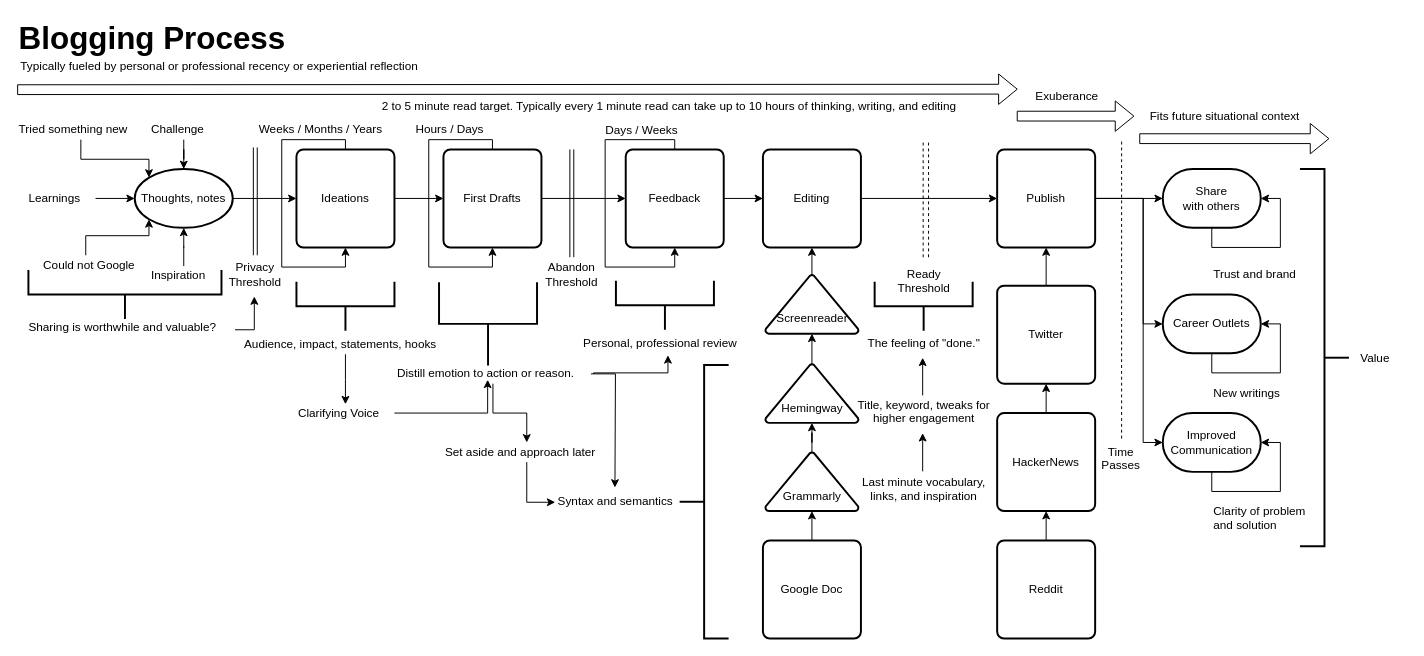
Before: mentoring/diagrams/blogging-process.drawio in solidi/learning-notes, a draw.io diagram. Source tidied: cells renumbered, new cells numbered last; positions are measured from the earlier drawing's top-left corner, leaving out a move shared by most shapes. Both pictures are drawn from the tidied source at 98%, with x=0, y=0 at pixel (17, 17).
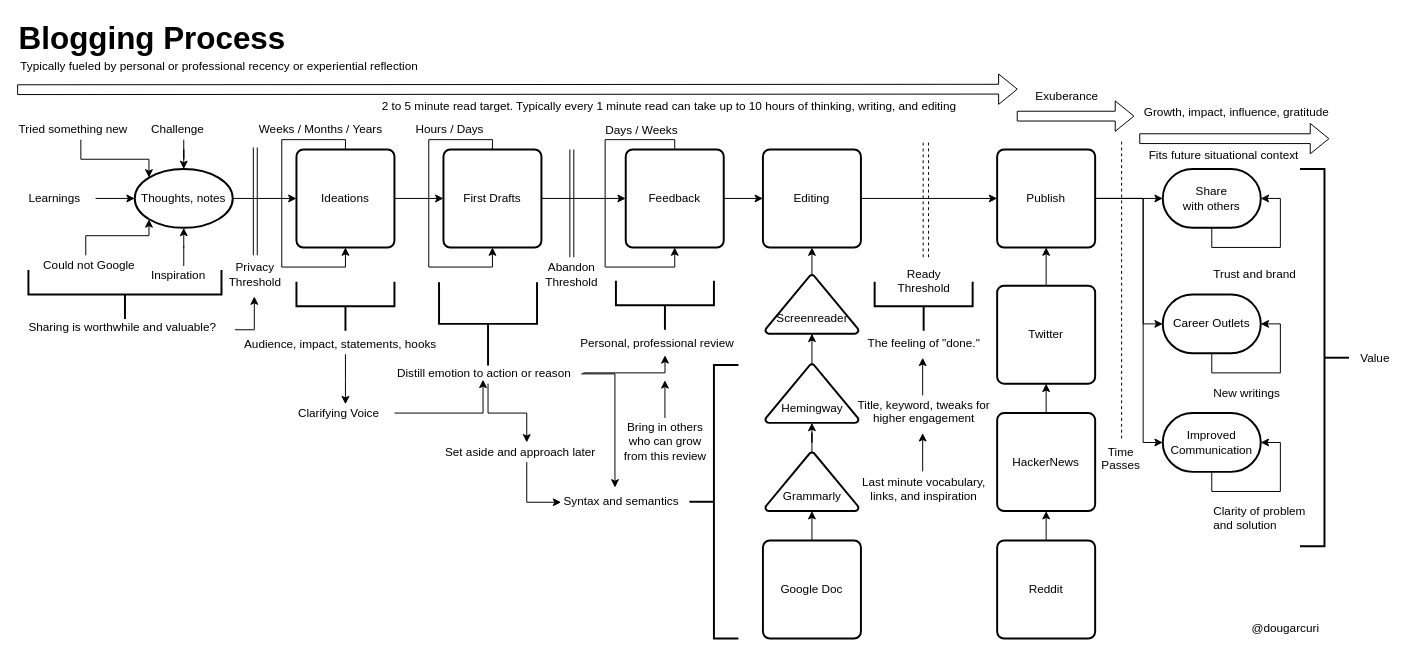
After the change.

Commit message (it also covers changes not shown here):
Add growth and impact items

Unchanged cells that the change refers to:
```xml
<mxCell id="60" style="shape=flexArrow;endArrow=classic;html=1;" parent="1" edge="1">
  <mxGeometry relative="1" as="geometry">
    <mxPoint x="1145" y="124" as="sourcePoint" />
    <mxPoint x="1339" y="124" as="targetPoint" />
  </mxGeometry>
</mxCell>
```

Change to the diagram source:
```diff
@@
     <mxCell id="34" value="Personal, professional review" style="text;html=1;points=[];align=left;verticalAlign=top;spacingTop=-4;" parent="1" vertex="1">
-      <mxGeometry x="576" y="323" width="170" height="20" as="geometry" />
+      <mxGeometry x="573" y="323" width="170" height="20" as="geometry" />
     </mxCell>
@@
     <mxCell id="36" style="edgeStyle=orthogonalEdgeStyle;rounded=0;jettySize=auto;html=1;entryX=0.518;entryY=1.1;entryDx=0;entryDy=0;entryPerimeter=0;exitX=1.013;exitY=0.5;exitDx=0;exitDy=0;exitPerimeter=0;" parent="1" edge="1" source="39" target="34">
       <mxGeometry relative="1" as="geometry">
         <Array as="points">
-          <mxPoint x="588" y="363" />
-          <mxPoint x="664" y="363" />
+          <mxPoint x="578" y="363" />
+          <mxPoint x="661" y="363" />
         </Array>
       </mxGeometry>
     </mxCell>
     <mxCell id="37" style="edgeStyle=orthogonalEdgeStyle;rounded=0;jettySize=auto;html=1;" parent="1" edge="1" source="39">
       <mxGeometry relative="1" as="geometry">
         <mxPoint x="610" y="480" as="targetPoint" />
+        <Array as="points">
+          <mxPoint x="610" y="364" />
+        </Array>
       </mxGeometry>
     </mxCell>
@@
-    <mxCell id="39" value="Distill emotion to action or reason." style="text;html=1;points=[];align=left;verticalAlign=top;spacingTop=-4;" parent="1" vertex="1">
-      <mxGeometry x="385.5" y="354" width="200" height="20" as="geometry" />
+    <mxCell id="39" value="Distill emotion to action or reason" style="text;html=1;points=[];align=left;verticalAlign=top;spacingTop=-4;" parent="1" vertex="1">
+      <mxGeometry x="385.5" y="354" width="190" height="20" as="geometry" />
     </mxCell>
@@
     <mxCell id="49" style="strokeWidth=2;html=1;shape=mxgraph.flowchart.annotation_2;align=left;labelPosition=right;rotation=0;" parent="1" vertex="1">
-      <mxGeometry x="676" y="355" width="50" height="279" as="geometry" />
+      <mxGeometry x="686" y="355" width="50" height="279" as="geometry" />
     </mxCell>
     <mxCell id="50" value="Syntax and semantics" style="text;html=1;points=[];align=left;verticalAlign=top;spacingTop=-4;" parent="1" vertex="1">
-      <mxGeometry x="550" y="484" width="130" height="20" as="geometry" />
+      <mxGeometry x="556" y="484" width="130" height="20" as="geometry" />
     </mxCell>
@@
     <mxCell id="61" value="Fits future situational context" style="text;html=1;align=center;verticalAlign=middle;labelBackgroundColor=#ffffff;" parent="60" vertex="1">
       <mxGeometry x="-0.57" y="3" relative="1" as="geometry">
-        <mxPoint x="44" y="-21" as="offset" />
+        <mxPoint x="43" y="19" as="offset" />
       </mxGeometry>
     </mxCell>
@@
+    <mxCell id="99" value="Growth, impact, influence, gratitude" style="text;html=1;align=center;verticalAlign=middle;labelBackgroundColor=#ffffff;" parent="1" vertex="1">
+      <mxGeometry x="1200" y="80" as="geometry">
+        <mxPoint x="43" y="16" as="offset" />
+      </mxGeometry>
+    </mxCell>
+    <mxCell id="100" value="@dougarcuri" style="text;html=1;align=center;verticalAlign=middle;" parent="1" vertex="1">
+      <mxGeometry x="1254" y="614" width="80" height="20" as="geometry" />
+    </mxCell>
+    <mxCell id="101" value="Bring in others&lt;br&gt;who can grow&lt;br&gt;from this review" style="text;html=1;align=center;verticalAlign=top;spacingTop=-4;" parent="1" vertex="1">
+      <mxGeometry x="611" y="409" width="100" height="40" as="geometry" />
+    </mxCell>
+    <mxCell id="102" style="edgeStyle=orthogonalEdgeStyle;rounded=0;orthogonalLoop=1;jettySize=auto;html=1;exitX=0.5;exitY=0;exitDx=0;exitDy=0;entryX=0.5;entryY=1;entryDx=0;entryDy=0;" parent="1" edge="1">
+      <mxGeometry relative="1" as="geometry">
+        <mxPoint x="661" y="409" as="sourcePoint" />
+        <mxPoint x="661" y="370.5" as="targetPoint" />
+      </mxGeometry>
+    </mxCell>
```
